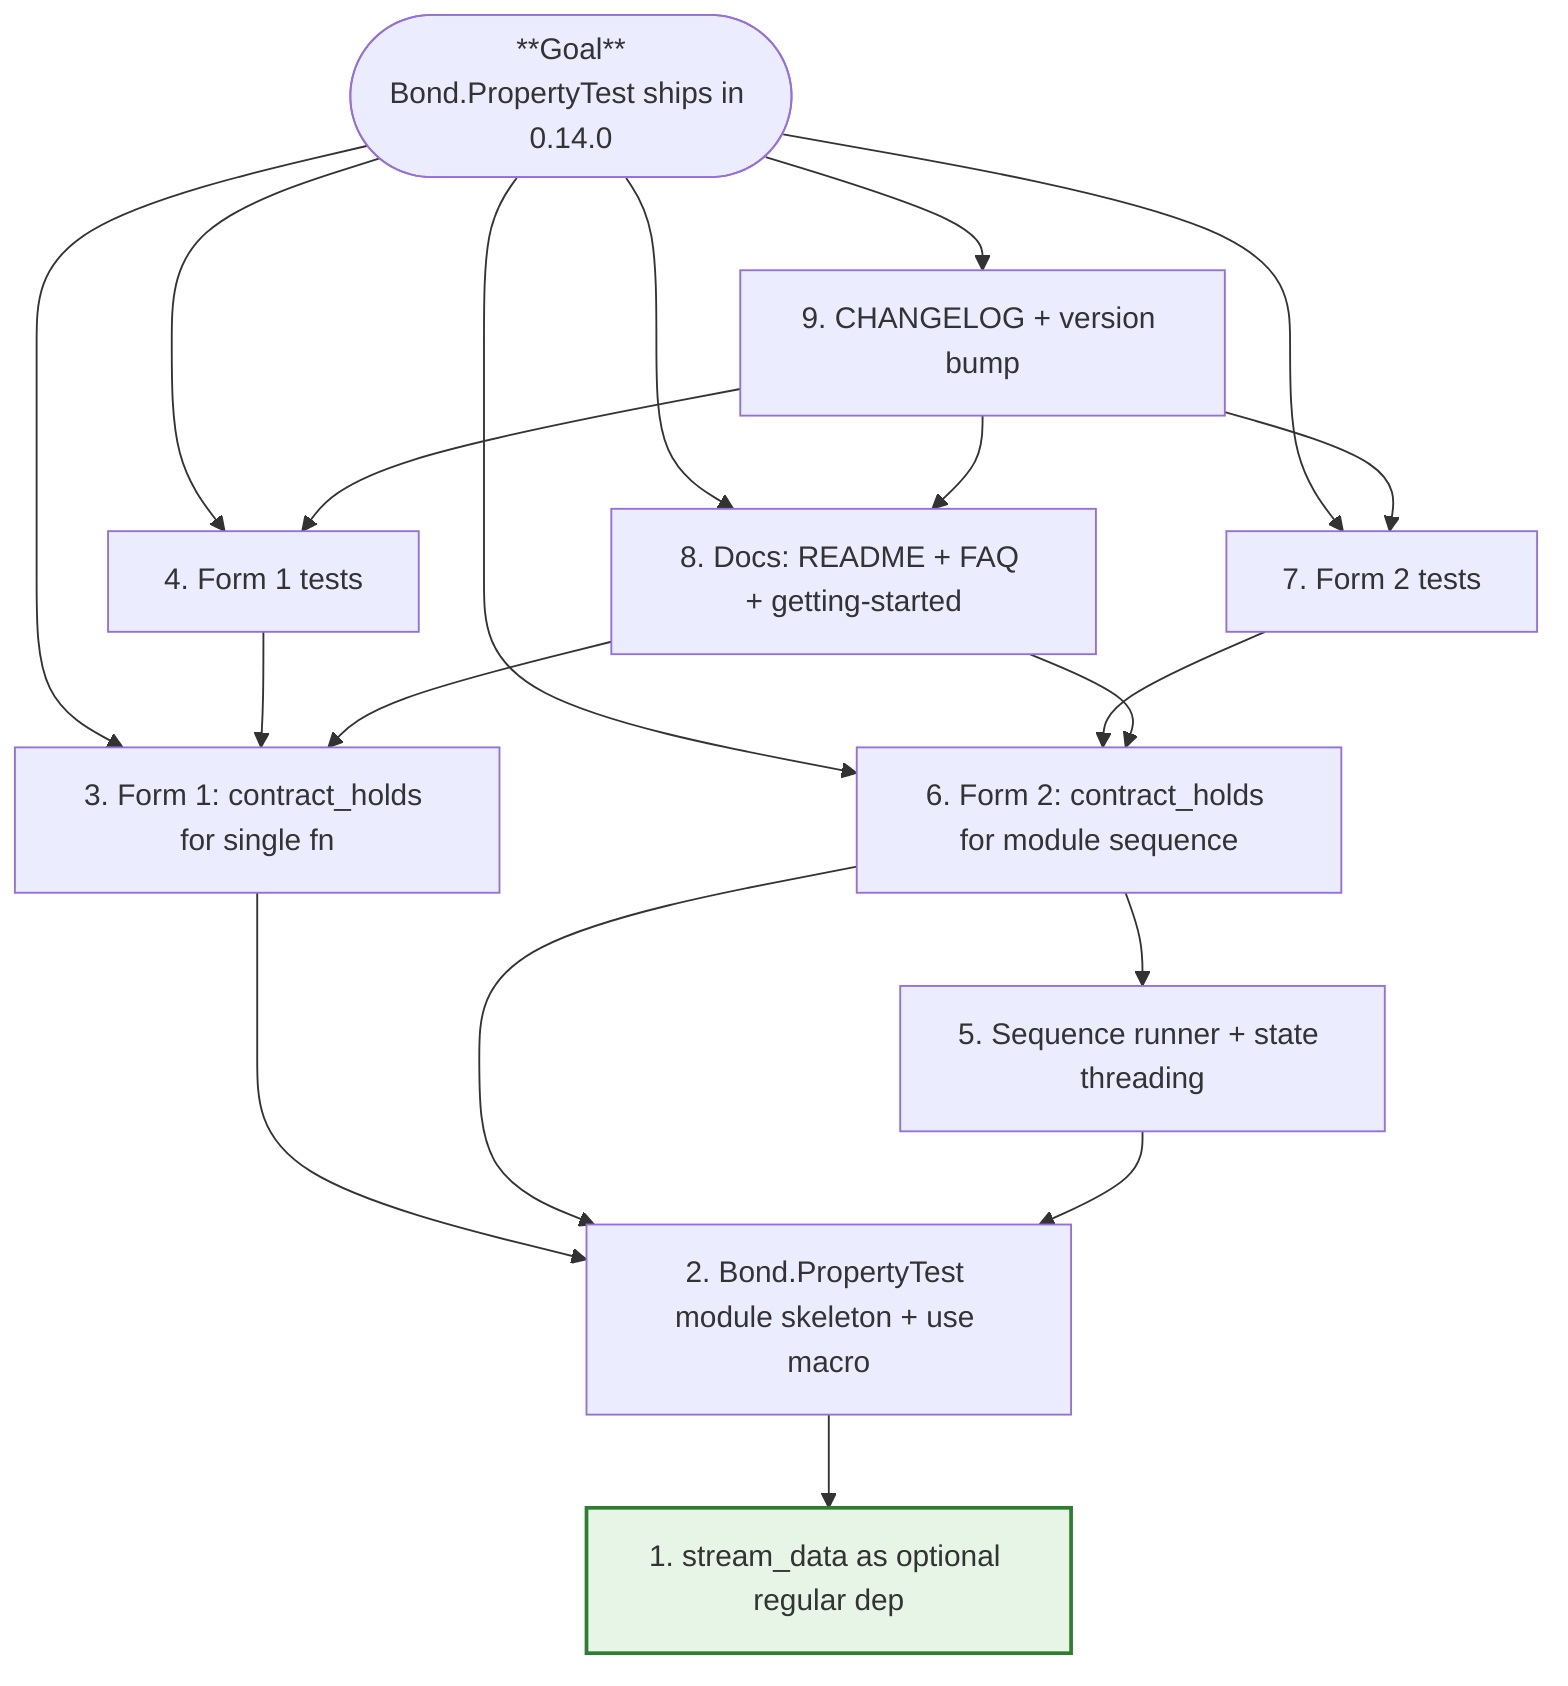
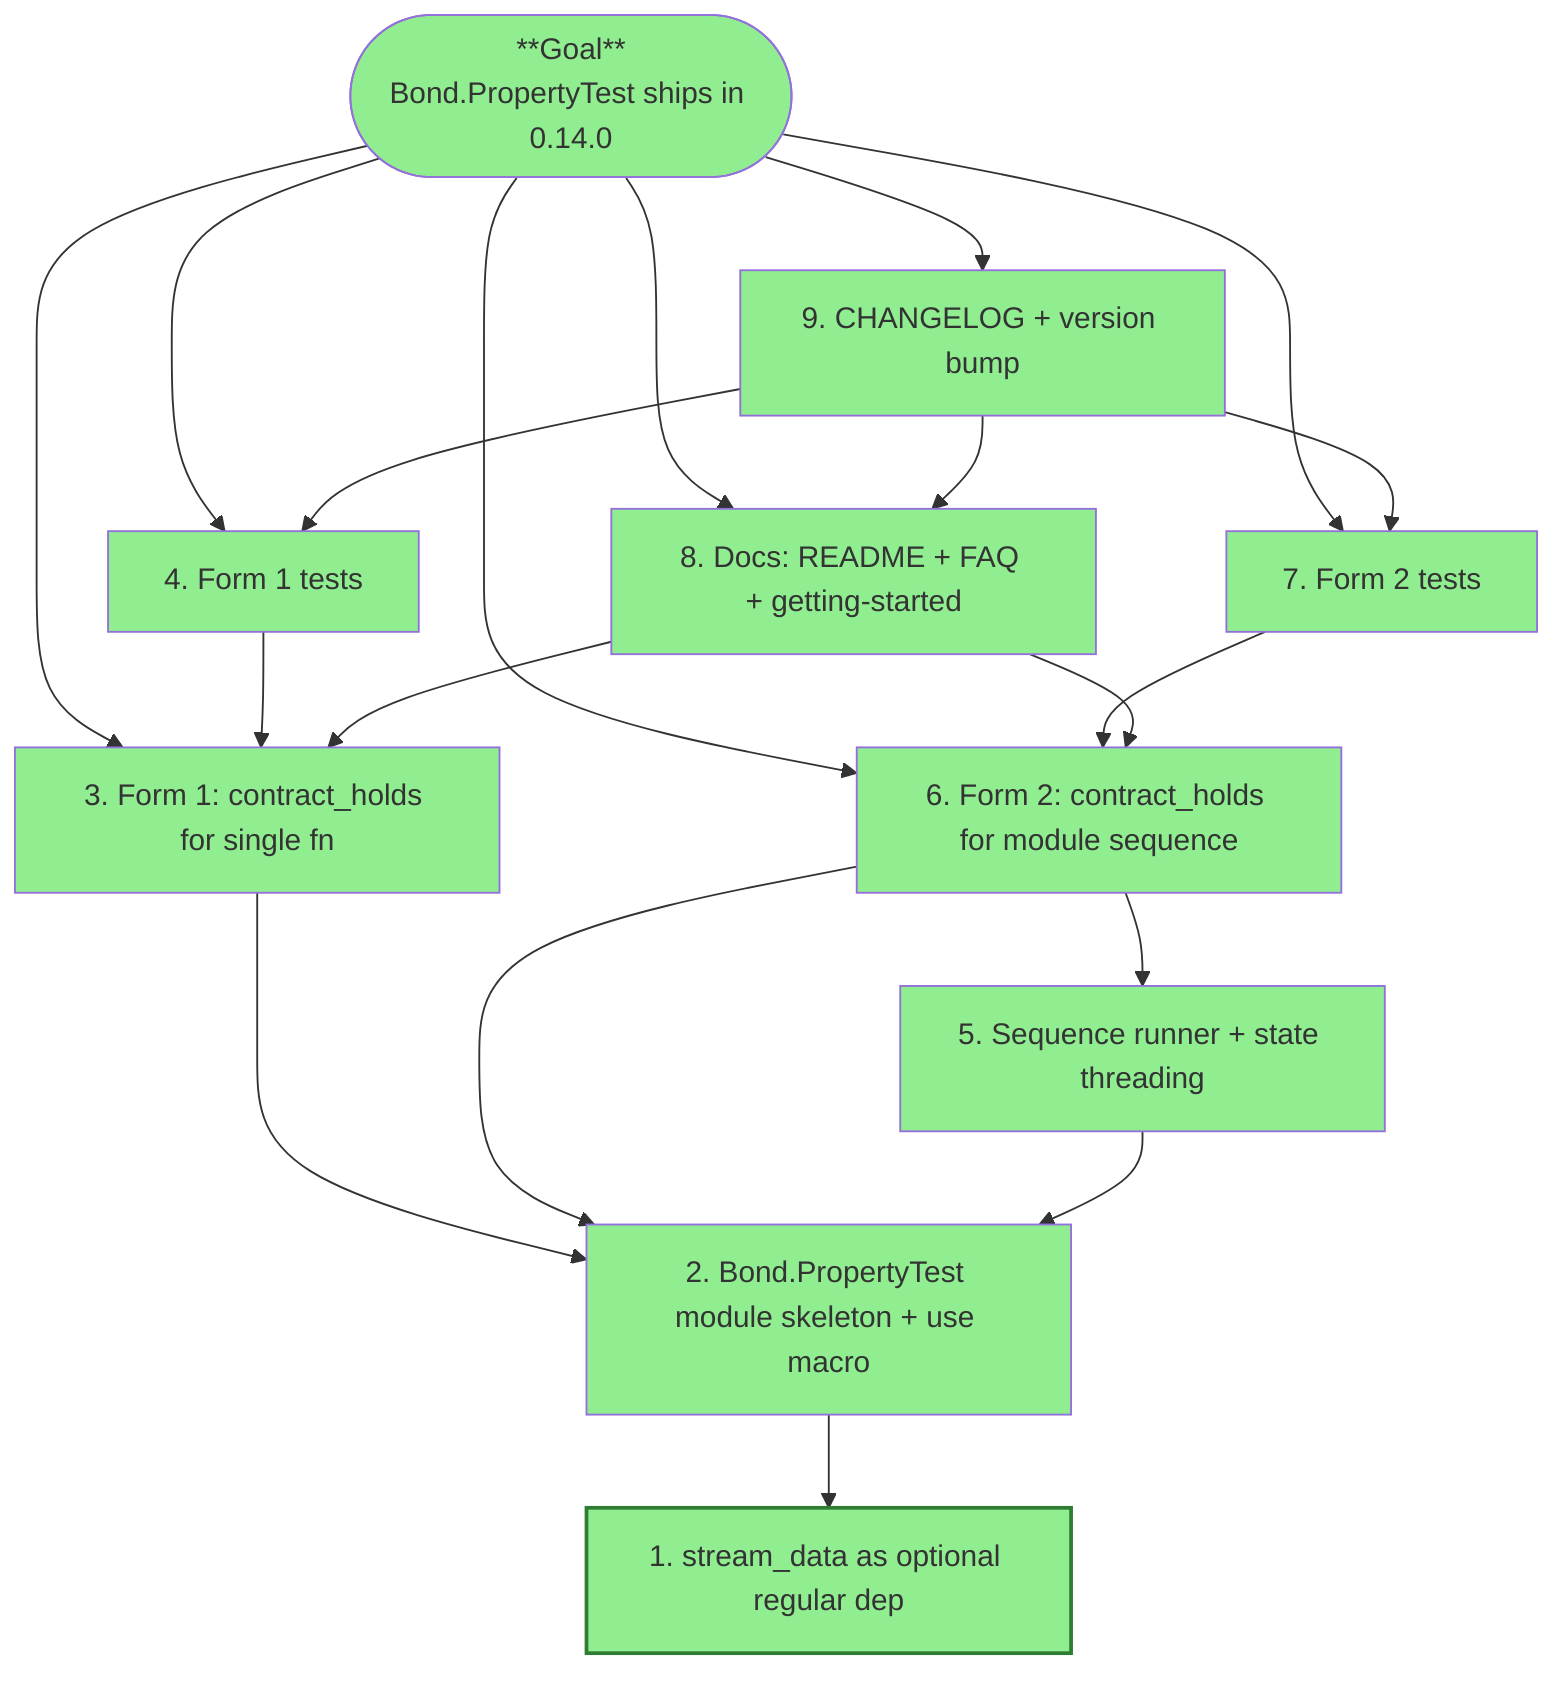
flowchart TD
%% Mikado graph for the 0.14.0 `Bond.PropertyTest` work.

%% Each numbered node is a commit-sized step. Arrows point from a goal to its
%% prerequisites — leaves (green) have no further prerequisites and are safe to
%% start with. Depth-first per Mikado: pick a leaf, finish it, commit, repeat.

    G(["**Goal**<br/>Bond.PropertyTest ships in 0.14.0"])

    G --> S3[3. Form 1: contract_holds for single fn]
    G --> S6[6. Form 2: contract_holds for module sequence]
    G --> S4[4. Form 1 tests]
    G --> S7[7. Form 2 tests]
    G --> S8[8. Docs: README + FAQ + getting-started]
    G --> S9[9. CHANGELOG + version bump]

    S3 --> S2[2. Bond.PropertyTest module skeleton + use macro]
    S6 --> S2
    S6 --> S5[5. Sequence runner + state threading]
    S5 --> S2
    S2 --> S1[1. stream_data as optional regular dep]

    S4 --> S3
    S7 --> S6
    S8 --> S3
    S8 --> S6
    S9 --> S4
    S9 --> S7
    S9 --> S8

    classDef leaf fill:#e7f5e7,stroke:#2e7d32,stroke-width:2px;
    class S1 leaf;
+ 
+     style G fill:#90EE90
+     style S1 fill:#90EE90
+     style S2 fill:#90EE90
+     style S3 fill:#90EE90
+     style S4 fill:#90EE90
+     style S5 fill:#90EE90
+     style S6 fill:#90EE90
+     style S7 fill:#90EE90
+     style S8 fill:#90EE90
+     style S9 fill:#90EE90
